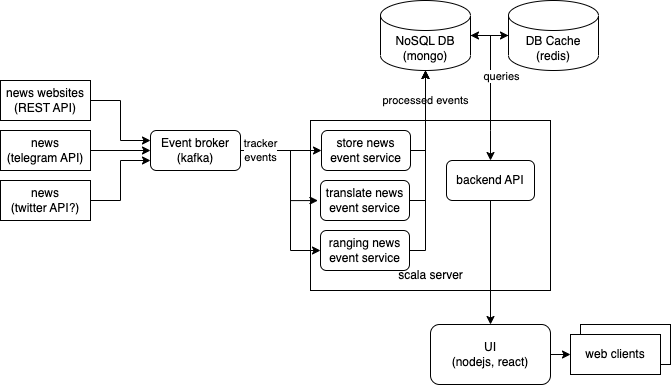
Before: docs/newstracker.png, a diagram exported from draw.io (kabishev/news-tracker). Source tidied: cells renumbered, new cells last; positions are measured from the earlier drawing's top-left corner, leaving out a move shared by most shapes.
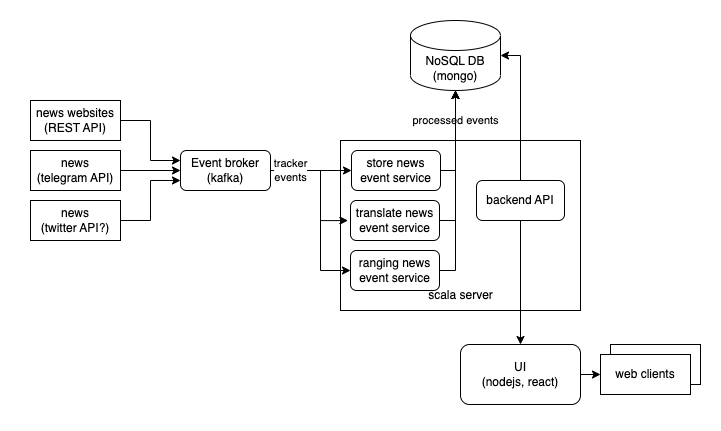
Later version of the same file.

What changed in the source:
```diff
@@ -2,21 +2,15 @@
   <root>
     <mxCell id="0" />
     <mxCell id="1" parent="0" />
+    <mxCell id="34" style="rounded=0;whiteSpace=wrap;html=1;strokeColor=none;" parent="1" vertex="1">
+      <mxGeometry x="-30" y="-20" width="720" height="430" as="geometry" />
+    </mxCell>
     <mxCell id="2" style="rounded=0;whiteSpace=wrap;html=1;" parent="1" vertex="1">
       <mxGeometry x="310" y="120" width="240" height="170" as="geometry" />
     </mxCell>
-    <mxCell id="3" style="edgeStyle=orthogonalEdgeStyle;rounded=0;jettySize=auto;html=1;exitX=1;exitY=0.5;exitDx=0;exitDy=0;exitPerimeter=0;entryX=0;entryY=0.5;entryDx=0;entryDy=0;entryPerimeter=0;" parent="1" edge="1" source="4" target="6">
-      <mxGeometry relative="1" as="geometry" />
-    </mxCell>
     <mxCell id="4" value="NoSQL DB (mongo)" style="shape=cylinder3;whiteSpace=wrap;html=1;boundedLbl=1;backgroundOutline=1;size=15;" parent="1" vertex="1">
       <mxGeometry x="380" width="90" height="70" as="geometry" />
     </mxCell>
-    <mxCell id="5" style="edgeStyle=orthogonalEdgeStyle;rounded=0;jettySize=auto;html=1;exitX=0;exitY=0.5;exitDx=0;exitDy=0;exitPerimeter=0;entryX=1;entryY=0.5;entryDx=0;entryDy=0;entryPerimeter=0;" parent="1" edge="1" source="6" target="4">
-      <mxGeometry relative="1" as="geometry" />
-    </mxCell>
-    <mxCell id="6" value="DB Cache&lt;br&gt;(redis)" style="shape=cylinder3;whiteSpace=wrap;html=1;boundedLbl=1;backgroundOutline=1;size=15;" parent="1" vertex="1">
-      <mxGeometry x="508" width="90" height="70" as="geometry" />
-    </mxCell>
     <mxCell id="7" style="edgeStyle=orthogonalEdgeStyle;rounded=0;jettySize=auto;html=1;exitX=1;exitY=0.5;exitDx=0;exitDy=0;entryX=0.031;entryY=0.471;entryDx=0;entryDy=0;entryPerimeter=0;" parent="1" edge="1" source="9" target="2">
       <mxGeometry relative="1" as="geometry">
         <Array as="points">
@@ -82,19 +76,6 @@
         </Array>
       </mxGeometry>
     </mxCell>
-    <mxCell id="24" style="edgeStyle=orthogonalEdgeStyle;rounded=0;jettySize=auto;html=1;exitX=1;exitY=0.5;exitDx=0;exitDy=0;exitPerimeter=0;entryX=0.5;entryY=0;entryDx=0;entryDy=0;" parent="1" edge="1" source="4" target="28">
-      <mxGeometry relative="1" as="geometry">
-        <Array as="points">
-          <mxPoint x="490" y="35" />
-          <mxPoint x="490" y="130" />
-        </Array>
-      </mxGeometry>
-    </mxCell>
-    <mxCell id="25" value="queries" style="edgeLabel;html=1;align=center;verticalAlign=middle;" parent="24" vertex="1">
-      <mxGeometry x="-0.18" y="1" relative="1" as="geometry">
-        <mxPoint x="9" as="offset" />
-      </mxGeometry>
-    </mxCell>
     <mxCell id="26" value="tracker&lt;br&gt;events" style="edgeStyle=orthogonalEdgeStyle;rounded=0;jettySize=auto;html=1;exitX=1;exitY=0.5;exitDx=0;exitDy=0;entryX=0;entryY=0.5;entryDx=0;entryDy=0;" parent="1" edge="1" source="9" target="27">
       <mxGeometry x="-0.51" relative="1" as="geometry">
         <Array as="points">
@@ -106,6 +87,9 @@
     <mxCell id="27" value="store news event service" style="rounded=1;whiteSpace=wrap;html=1;" parent="1" vertex="1">
       <mxGeometry x="321" y="130" width="89" height="40" as="geometry" />
     </mxCell>
+    <mxCell id="35" style="edgeStyle=orthogonalEdgeStyle;rounded=0;jettySize=auto;html=1;entryX=1;entryY=0.5;entryDx=0;entryDy=0;entryPerimeter=0;" parent="1" edge="1" source="28" target="4">
+      <mxGeometry relative="1" as="geometry" />
+    </mxCell>
     <mxCell id="28" value="backend API" style="rounded=1;whiteSpace=wrap;html=1;" parent="1" vertex="1">
       <mxGeometry x="446" y="160" width="88" height="40" as="geometry" />
     </mxCell>
```
